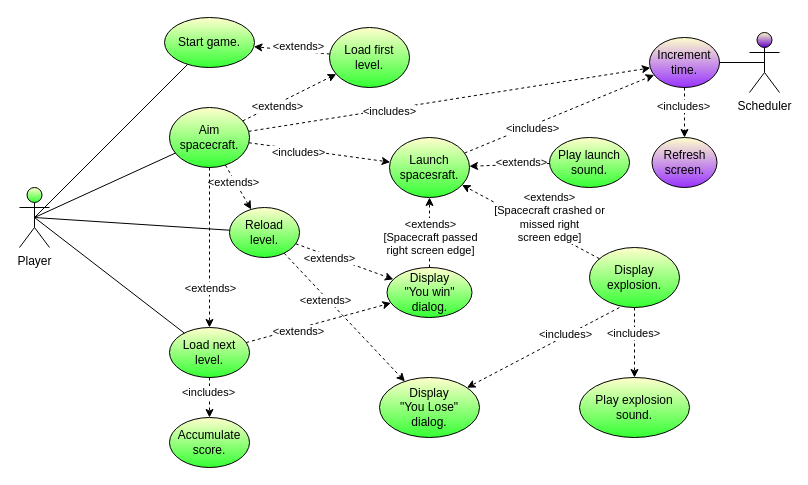
Earlier version of the draw.io diagram page "use cases" (3 of 6) of docs/diagrams.drawio (lbownik/star-drifter). Source tidied: cells renumbered, new cells numbered last; positions are measured from the earlier drawing's top-left corner, leaving out a move shared by most shapes. Both pictures are drawn from the tidied source at 100%, with x=0, y=0 at pixel (19, 17).
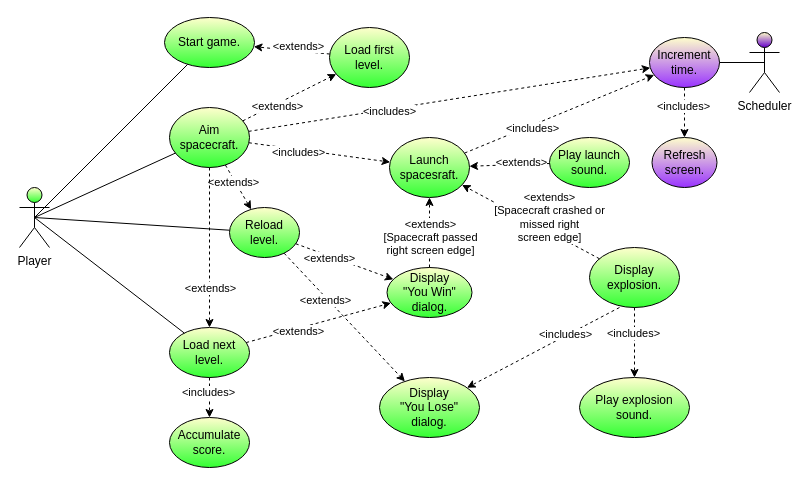
Above is the later version.

Change to the diagram source:
```diff
@@
-    <mxCell id="10" value="Display&lt;br&gt;&quot;You win&quot;&lt;br&gt;dialog." style="ellipse;whiteSpace=wrap;html=1;strokeWidth=1;fillColor=#FFFFCC;gradientColor=#33FF33;" parent="1" vertex="1">
+    <mxCell id="10" value="Display&lt;br&gt;&quot;You Win&quot;&lt;br&gt;dialog." style="ellipse;whiteSpace=wrap;html=1;strokeWidth=1;fillColor=#FFFFCC;gradientColor=#33FF33;" parent="1" vertex="1">
       <mxGeometry x="367.5" y="250" width="85" height="50" as="geometry" />
     </mxCell>
```
